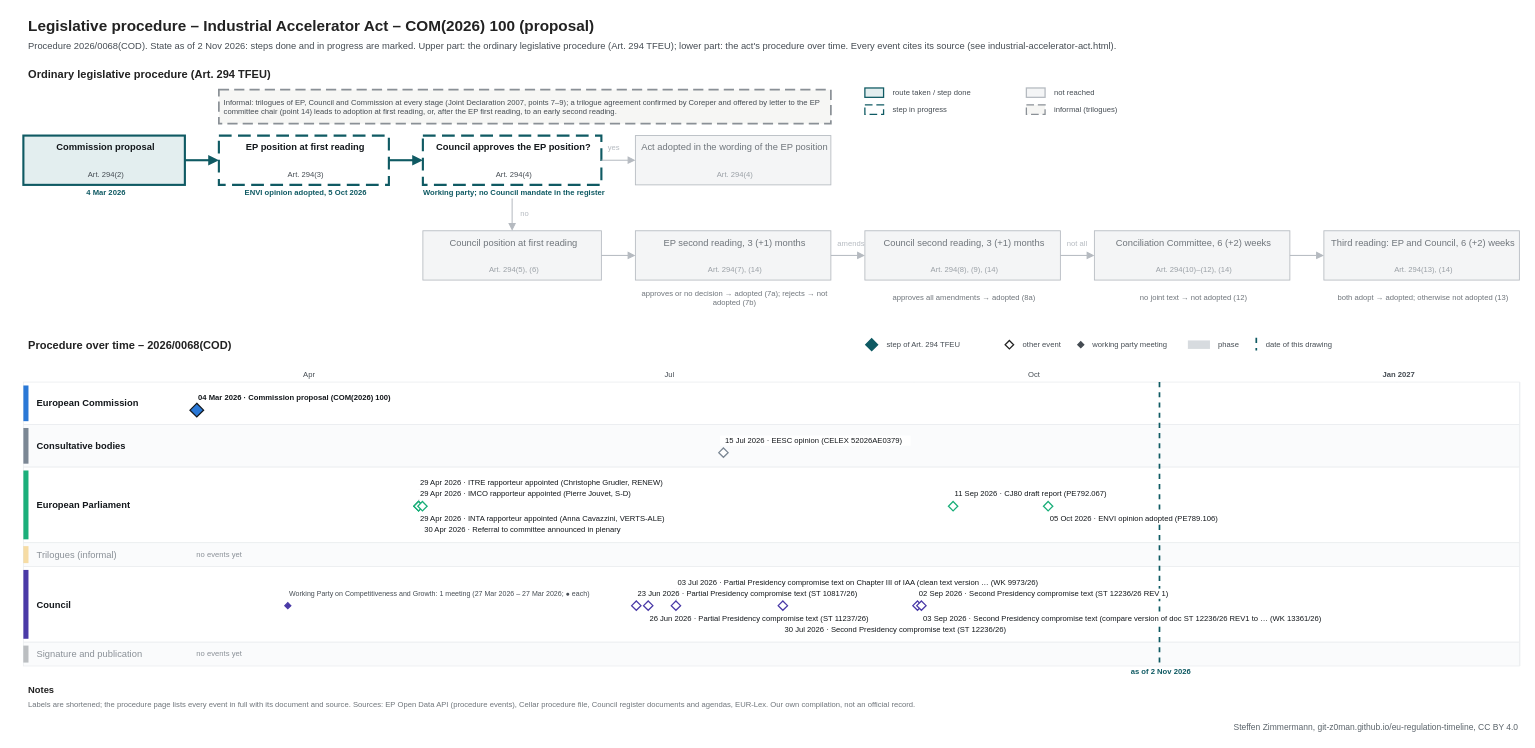
Above: procedures/industrial-accelerator-act.drawio in git-z0man/eu-regulation-timeline (draw.io), before the change. Source tidied: cells renumbered, new cells numbered last; positions are measured from the earlier drawing's top-left corner, leaving out a move shared by most shapes. Both pictures are drawn from the tidied source at 85%, with x=0, y=0 at pixel (14, 14).
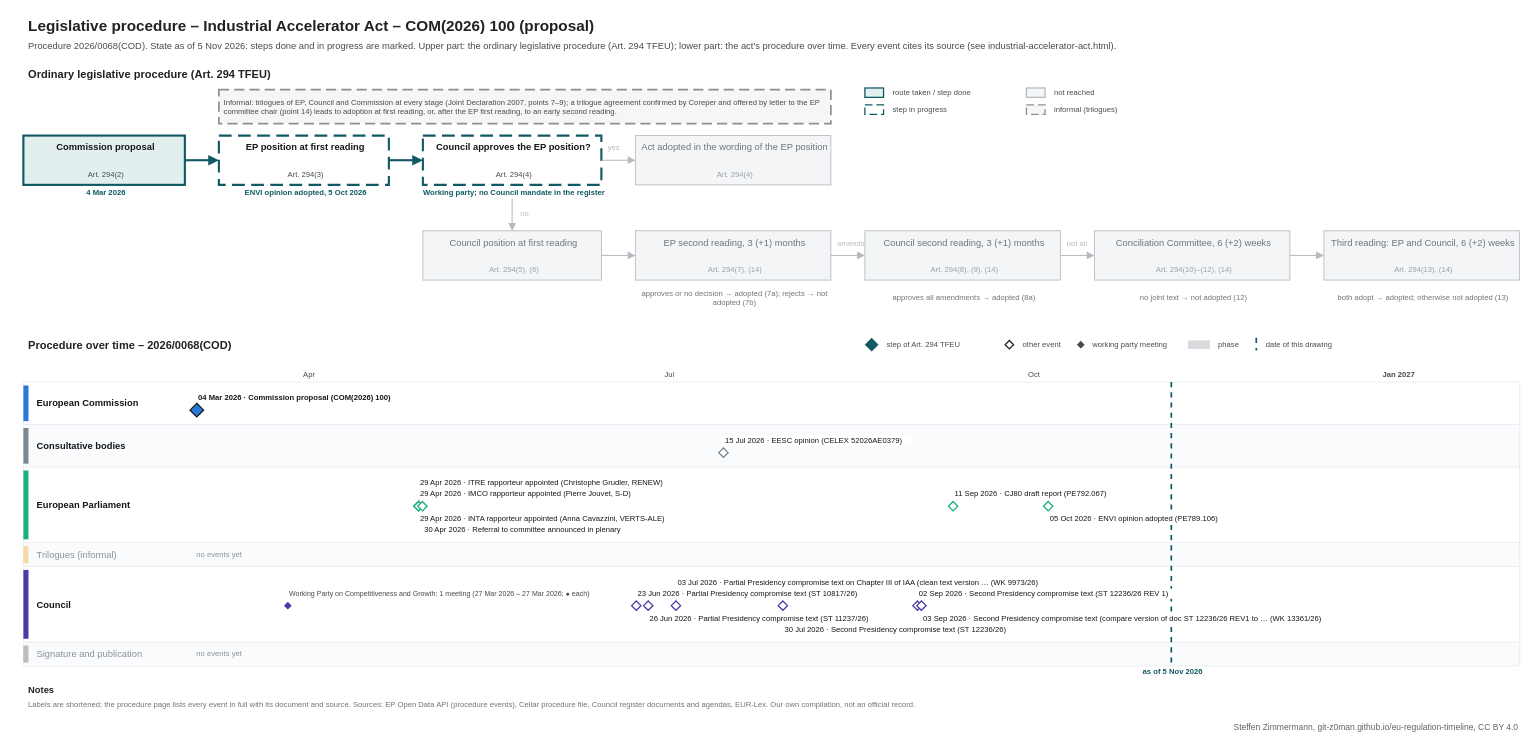
After the change.

The edit, as a diff of the source:
```diff
@@
-    <mxCell id="3" value="Procedure 2026/0068(COD). State as of 2 Nov 2026: steps done and in progress are marked. Upper part: the ordinary legislative procedure (Art. 294 TFEU); lower part: the act's procedure over time. Every event cites its source (see industrial-accelerator-act.html)." style="text;html=1;fontSize=11;fontColor=#454c53;align=left;verticalAlign=middle;spacingLeft=4;" parent="1" vertex="1">
+    <mxCell id="3" value="Procedure 2026/0068(COD). State as of 5 Nov 2026: steps done and in progress are marked. Upper part: the ordinary legislative procedure (Art. 294 TFEU); lower part: the act's procedure over time. Every event cites its source (see industrial-accelerator-act.html)." style="text;html=1;fontSize=11;fontColor=#454c53;align=left;verticalAlign=middle;spacingLeft=4;" parent="1" vertex="1">
       <mxGeometry x="10" y="28" width="1700" height="18" as="geometry" />
     </mxCell>
@@
     <mxCell id="108" style="line;html=1;strokeWidth=2;strokeColor=#0f5a63;direction=south;dashed=1;" parent="1" vertex="1">
-      <mxGeometry x="1346.1" y="432" width="1" height="334" as="geometry" />
+      <mxGeometry x="1360" y="432" width="1" height="334" as="geometry" />
     </mxCell>
-    <mxCell id="109" value="as of 2 Nov 2026" style="text;html=1;fontSize=9;fontColor=#0f5a63;align=center;verticalAlign=middle;spacingLeft=4;fontStyle=1;" parent="1" vertex="1">
-      <mxGeometry x="1286.1" y="767" width="120" height="12" as="geometry" />
+    <mxCell id="109" value="as of 5 Nov 2026" style="text;html=1;fontSize=9;fontColor=#0f5a63;align=center;verticalAlign=middle;spacingLeft=4;fontStyle=1;" parent="1" vertex="1">
+      <mxGeometry x="1300" y="767" width="120" height="12" as="geometry" />
     </mxCell>
```
